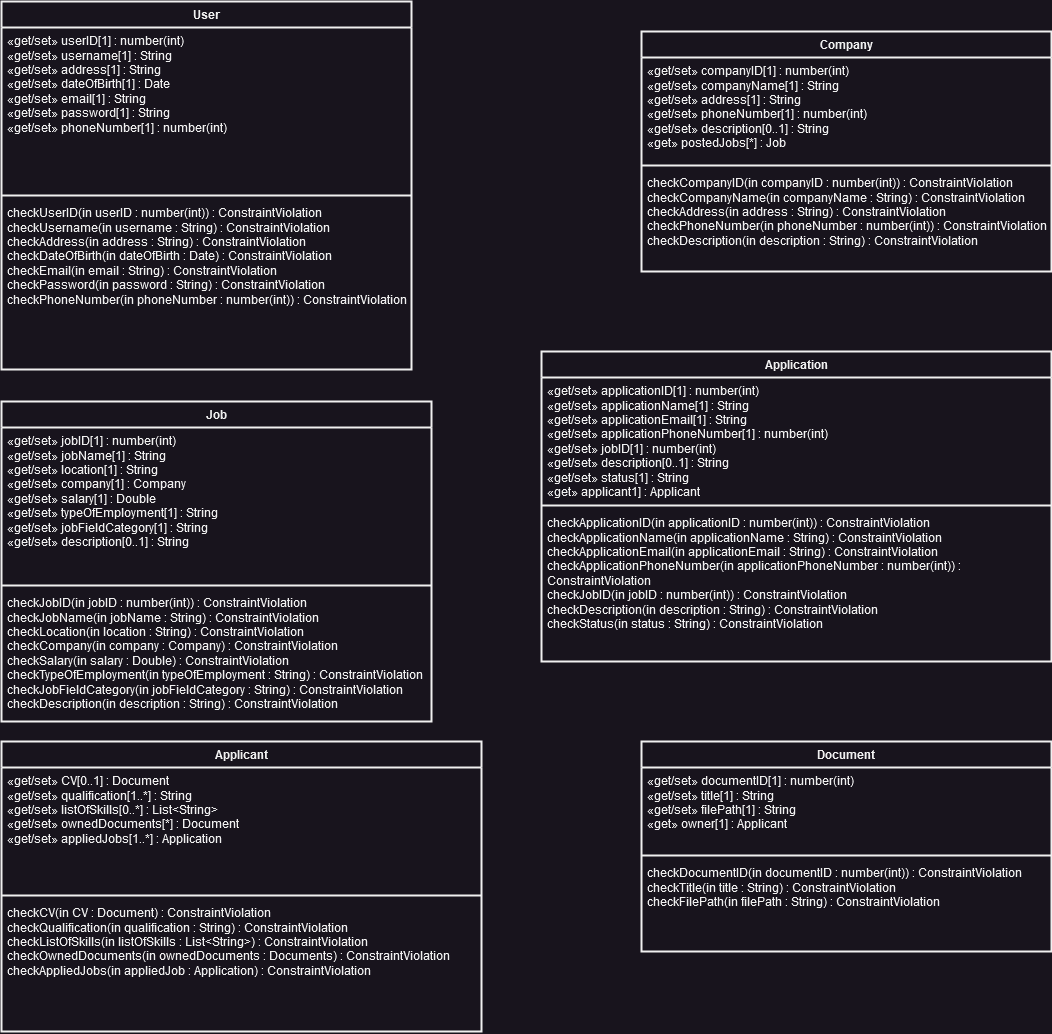
The draw.io diagram uml/information_design_model.png in troppdus/MyWorstJobApp, before a commit. Source tidied: cells renumbered, new cells last; positions are measured from the earlier drawing's top-left corner, leaving out a move shared by most shapes. Its diagram source:
```xml
<mxGraphModel>
  <root>
    <mxCell id="0" />
    <mxCell id="1" parent="0" />
    <mxCell id="2" value="User" style="swimlane;fontStyle=1;align=center;verticalAlign=top;horizontal=1;startSize=26;whiteSpace=wrap;html=1;strokeWidth=2;" parent="1" vertex="1">
      <mxGeometry width="410" height="368" as="geometry" />
    </mxCell>
    <mxCell id="3" value="«get/set» userID[1] : number(int)&lt;br&gt;«get/set» username[1] : String&lt;br&gt;«get/set» address[1] : String&lt;br&gt;«get/set» dateOfBirth[1] : Date&lt;br&gt;«get/set» email[1] : String&lt;br&gt;«get/set» password[1] : String&lt;br&gt;«get/set» phoneNumber[1] : number(int)&lt;br&gt;" style="text;strokeColor=none;fillColor=none;align=left;verticalAlign=top;spacingLeft=4;spacingRight=4;overflow=hidden;spacing=2;spacingTop=0;whiteSpace=wrap;html=1;" parent="2" vertex="1">
      <mxGeometry y="26" width="410" height="164" as="geometry" />
    </mxCell>
    <mxCell id="4" style="line;strokeWidth=2;fillColor=none;align=left;verticalAlign=middle;spacingTop=-1;spacingLeft=3;spacingRight=3;labelPosition=right;strokeColor=inherit;" parent="2" vertex="1">
      <mxGeometry y="190" width="410" height="8" as="geometry" />
    </mxCell>
    <mxCell id="5" value="checkUserID(in userID : number(int)) : ConstraintViolation&lt;br&gt;checkUsername(in username : String) : ConstraintViolation&lt;br&gt;checkAddress(in address : String) : ConstraintViolation&lt;br&gt;checkDateOfBirth(in dateOfBirth : Date) : ConstraintViolation&lt;br&gt;checkEmail(in email : String) : ConstraintViolation&lt;br&gt;checkPassword(in password : String) : ConstraintViolation&lt;br&gt;checkPhoneNumber(in phoneNumber : number(int)) : ConstraintViolation&lt;br&gt;" style="text;strokeColor=none;fillColor=none;align=left;verticalAlign=top;spacingLeft=4;spacingRight=4;overflow=hidden;spacing=2;spacingTop=0;whiteSpace=wrap;html=1;" parent="2" vertex="1">
      <mxGeometry y="198" width="410" height="170" as="geometry" />
    </mxCell>
    <mxCell id="6" value="Company" style="swimlane;fontStyle=1;align=center;verticalAlign=top;horizontal=1;startSize=26;whiteSpace=wrap;html=1;strokeWidth=2;" parent="1" vertex="1">
      <mxGeometry x="640" y="30" width="410" height="240" as="geometry" />
    </mxCell>
    <mxCell id="7" value="«get/set» companyID[1] : number(int)&lt;br&gt;«get/set» companyName[1] : String&lt;br&gt;«get/set» address[1] : String&lt;br&gt;«get/set» phoneNumber[1] : number(int)&lt;br&gt;&lt;div&gt;«get/set» description[0..1] : String&lt;/div&gt;&lt;div&gt;«get» postedJobs[*] : Job&lt;/div&gt;" style="text;strokeColor=none;fillColor=none;align=left;verticalAlign=top;spacingLeft=4;spacingRight=4;overflow=hidden;spacing=2;spacingTop=0;whiteSpace=wrap;html=1;" parent="6" vertex="1">
      <mxGeometry y="26" width="410" height="104" as="geometry" />
    </mxCell>
    <mxCell id="8" style="line;strokeWidth=2;fillColor=none;align=left;verticalAlign=middle;spacingTop=-1;spacingLeft=3;spacingRight=3;labelPosition=right;strokeColor=inherit;" parent="6" vertex="1">
      <mxGeometry y="130" width="410" height="8" as="geometry" />
    </mxCell>
    <mxCell id="9" value="checkCompanyID(in companyID : number(int)) : ConstraintViolation&lt;br/&gt;checkCompanyName(in companyName : String) : ConstraintViolation&lt;br/&gt;checkAddress(in address : String) : ConstraintViolation&lt;br/&gt;checkPhoneNumber(in phoneNumber : number(int)) : ConstraintViolation&lt;br/&gt;checkDescription(in description : String) : ConstraintViolation" style="text;strokeColor=none;fillColor=none;align=left;verticalAlign=top;spacingLeft=4;spacingRight=4;overflow=hidden;spacing=2;spacingTop=0;whiteSpace=wrap;html=1;" parent="6" vertex="1">
      <mxGeometry y="138" width="410" height="102" as="geometry" />
    </mxCell>
    <mxCell id="10" value="Job" style="swimlane;fontStyle=1;align=center;verticalAlign=top;horizontal=1;startSize=26;whiteSpace=wrap;html=1;strokeWidth=2;" parent="1" vertex="1">
      <mxGeometry y="400" width="430" height="320" as="geometry" />
    </mxCell>
    <mxCell id="11" value="«get/set» jobID[1] : number(int)&lt;br&gt;«get/set» jobName[1] : String&lt;br&gt;«get/set» location[1] : String&lt;br&gt;«get/set» company[1] : Company&lt;br&gt;«get/set» salary[1] : Double&lt;br&gt;«get/set» typeOfEmployment[1] : String&lt;br&gt;«get/set» jobFieldCategory[1] : String&lt;br&gt;&lt;div&gt;«get/set» description[0..1] : String&lt;/div&gt;&lt;div&gt;&lt;br&gt;&lt;/div&gt;" style="text;strokeColor=none;fillColor=none;align=left;verticalAlign=top;spacingLeft=4;spacingRight=4;overflow=hidden;spacing=2;spacingTop=0;whiteSpace=wrap;html=1;" parent="10" vertex="1">
      <mxGeometry y="26" width="430" height="154" as="geometry" />
    </mxCell>
    <mxCell id="12" style="line;strokeWidth=2;fillColor=none;align=left;verticalAlign=middle;spacingTop=-1;spacingLeft=3;spacingRight=3;labelPosition=right;strokeColor=inherit;" parent="10" vertex="1">
      <mxGeometry y="180" width="430" height="8" as="geometry" />
    </mxCell>
    <mxCell id="13" value="checkJobID(in jobID : number(int)) : ConstraintViolation&lt;br/&gt;checkJobName(in jobName : String) : ConstraintViolation&lt;br/&gt;checkLocation(in location : String) : ConstraintViolation&lt;br/&gt;checkCompany(in company : Company) : ConstraintViolation&lt;br/&gt;checkSalary(in salary : Double) : ConstraintViolation&lt;br/&gt;checkTypeOfEmployment(in typeOfEmployment : String) : ConstraintViolation&lt;br/&gt;checkJobFieldCategory(in jobFieldCategory : String) : ConstraintViolation&lt;br/&gt;checkDescription(in description : String) : ConstraintViolation" style="text;strokeColor=none;fillColor=none;align=left;verticalAlign=top;spacingLeft=4;spacingRight=4;overflow=hidden;spacing=2;spacingTop=0;whiteSpace=wrap;html=1;" parent="10" vertex="1">
      <mxGeometry y="188" width="430" height="132" as="geometry" />
    </mxCell>
    <mxCell id="14" value="Application" style="swimlane;fontStyle=1;align=center;verticalAlign=top;horizontal=1;startSize=26;whiteSpace=wrap;html=1;strokeWidth=2;" parent="1" vertex="1">
      <mxGeometry x="540" y="350" width="510" height="310" as="geometry" />
    </mxCell>
    <mxCell id="15" value="«get/set» applicationID[1] : number(int)&lt;br&gt;«get/set» applicationName[1] : String&lt;br&gt;«get/set» applicationEmail[1] : String&lt;br&gt;«get/set» applicationPhoneNumber[1] : number(int)&lt;br&gt;«get/set» jobID[1] : number(int)&lt;br&gt;«get/set» description[0..1] : String&lt;br&gt;&lt;div&gt;«get/set» status[1] : String&lt;/div&gt;&lt;div&gt;«get» applicant1] : Applicant&lt;/div&gt;" style="text;strokeColor=none;fillColor=none;align=left;verticalAlign=top;spacingLeft=4;spacingRight=4;overflow=hidden;spacing=2;spacingTop=0;whiteSpace=wrap;html=1;" parent="14" vertex="1">
      <mxGeometry y="26" width="510" height="124" as="geometry" />
    </mxCell>
    <mxCell id="16" style="line;strokeWidth=2;fillColor=none;align=left;verticalAlign=middle;spacingTop=-1;spacingLeft=3;spacingRight=3;labelPosition=right;strokeColor=inherit;" parent="14" vertex="1">
      <mxGeometry y="150" width="510" height="8" as="geometry" />
    </mxCell>
    <mxCell id="17" value="checkApplicationID(in applicationID : number(int)) : ConstraintViolation&lt;br&gt;checkApplicationName(in applicationName : String) : ConstraintViolation&lt;br&gt;checkApplicationEmail(in applicationEmail : String) : ConstraintViolation&lt;br&gt;checkApplicationPhoneNumber(in applicationPhoneNumber : number(int)) : ConstraintViolation&lt;br&gt;checkJobID(in jobID : number(int)) : ConstraintViolation&lt;br&gt;checkDescription(in description : String) : ConstraintViolation&lt;br&gt;checkStatus(in status : String) : ConstraintViolation" style="text;strokeColor=none;fillColor=none;align=left;verticalAlign=top;spacingLeft=4;spacingRight=4;overflow=hidden;spacing=2;spacingTop=0;whiteSpace=wrap;html=1;" parent="14" vertex="1">
      <mxGeometry y="158" width="510" height="152" as="geometry" />
    </mxCell>
    <mxCell id="18" value="Document" style="swimlane;fontStyle=1;align=center;verticalAlign=top;horizontal=1;startSize=26;whiteSpace=wrap;html=1;strokeWidth=2;" parent="1" vertex="1">
      <mxGeometry x="640" y="740" width="410" height="210" as="geometry" />
    </mxCell>
    <mxCell id="19" value="&lt;div&gt;«get/set» documentID[1] : number(int)&lt;/div&gt;&lt;div&gt;«get/set» title[1] : String&lt;/div&gt;&lt;div&gt;«get/set» filePath[1] : String&lt;/div&gt;&lt;div&gt;«get» owner[1] : Applicant&lt;br&gt;&lt;/div&gt;" style="text;strokeColor=none;fillColor=none;align=left;verticalAlign=top;spacingLeft=4;spacingRight=4;overflow=hidden;spacing=2;spacingTop=0;whiteSpace=wrap;html=1;" parent="18" vertex="1">
      <mxGeometry y="26" width="410" height="84" as="geometry" />
    </mxCell>
    <mxCell id="20" style="line;strokeWidth=2;fillColor=none;align=left;verticalAlign=middle;spacingTop=-1;spacingLeft=3;spacingRight=3;labelPosition=right;strokeColor=inherit;" parent="18" vertex="1">
      <mxGeometry y="110" width="410" height="8" as="geometry" />
    </mxCell>
    <mxCell id="21" value="&lt;div&gt;checkDocumentID(in documentID : number(int)) : ConstraintViolation&lt;/div&gt;&lt;div&gt;checkTitle(in title : String) : ConstraintViolation&lt;/div&gt;&lt;div&gt;checkFilePath(in filePath : String) : ConstraintViolation&lt;/div&gt;" style="text;strokeColor=none;fillColor=none;align=left;verticalAlign=top;spacingLeft=4;spacingRight=4;overflow=hidden;spacing=2;spacingTop=0;whiteSpace=wrap;html=1;" parent="18" vertex="1">
      <mxGeometry y="118" width="410" height="92" as="geometry" />
    </mxCell>
    <mxCell id="22" value="Applicant" style="swimlane;fontStyle=1;align=center;verticalAlign=top;horizontal=1;startSize=26;whiteSpace=wrap;html=1;strokeWidth=2;" parent="1" vertex="1">
      <mxGeometry y="740" width="480" height="290" as="geometry" />
    </mxCell>
    <mxCell id="23" value="«get/set» CV[0..1] : Document&lt;br&gt;«get/set» qualification[1..*] : String&lt;br&gt;&lt;div&gt;«get/set» listOfSkills[0..*] : List&amp;lt;String&amp;gt;&lt;/div&gt;&lt;div&gt;«get/set» ownedDocuments[*] : Document&lt;/div&gt;&lt;div&gt;«get/set» appliedJobs[1..*] : Application&lt;br&gt;&lt;/div&gt;" style="text;strokeColor=none;fillColor=none;align=left;verticalAlign=top;spacingLeft=4;spacingRight=4;overflow=hidden;spacing=2;spacingTop=0;whiteSpace=wrap;html=1;" parent="22" vertex="1">
      <mxGeometry y="26" width="480" height="124" as="geometry" />
    </mxCell>
    <mxCell id="24" style="line;strokeWidth=2;fillColor=none;align=left;verticalAlign=middle;spacingTop=-1;spacingLeft=3;spacingRight=3;labelPosition=right;strokeColor=inherit;" parent="22" vertex="1">
      <mxGeometry y="150" width="480" height="8" as="geometry" />
    </mxCell>
    <mxCell id="25" value="checkCV(in CV : Document) : ConstraintViolation&lt;br&gt;checkQualification(in qualification : String) : ConstraintViolation&lt;br&gt;&lt;div&gt;checkListOfSkills(in listOfSkills : List&amp;lt;String&amp;gt;) : ConstraintViolation&lt;/div&gt;&lt;div&gt;checkOwnedDocuments(in ownedDocuments : Documents) : ConstraintViolation&lt;/div&gt;&lt;div&gt;checkAppliedJobs(in appliedJob : Application) : ConstraintViolation&lt;br&gt;&lt;/div&gt;" style="text;strokeColor=none;fillColor=none;align=left;verticalAlign=top;spacingLeft=4;spacingRight=4;overflow=hidden;spacing=2;spacingTop=0;whiteSpace=wrap;html=1;" parent="22" vertex="1">
      <mxGeometry y="158" width="480" height="132" as="geometry" />
    </mxCell>
  </root>
</mxGraphModel>
```
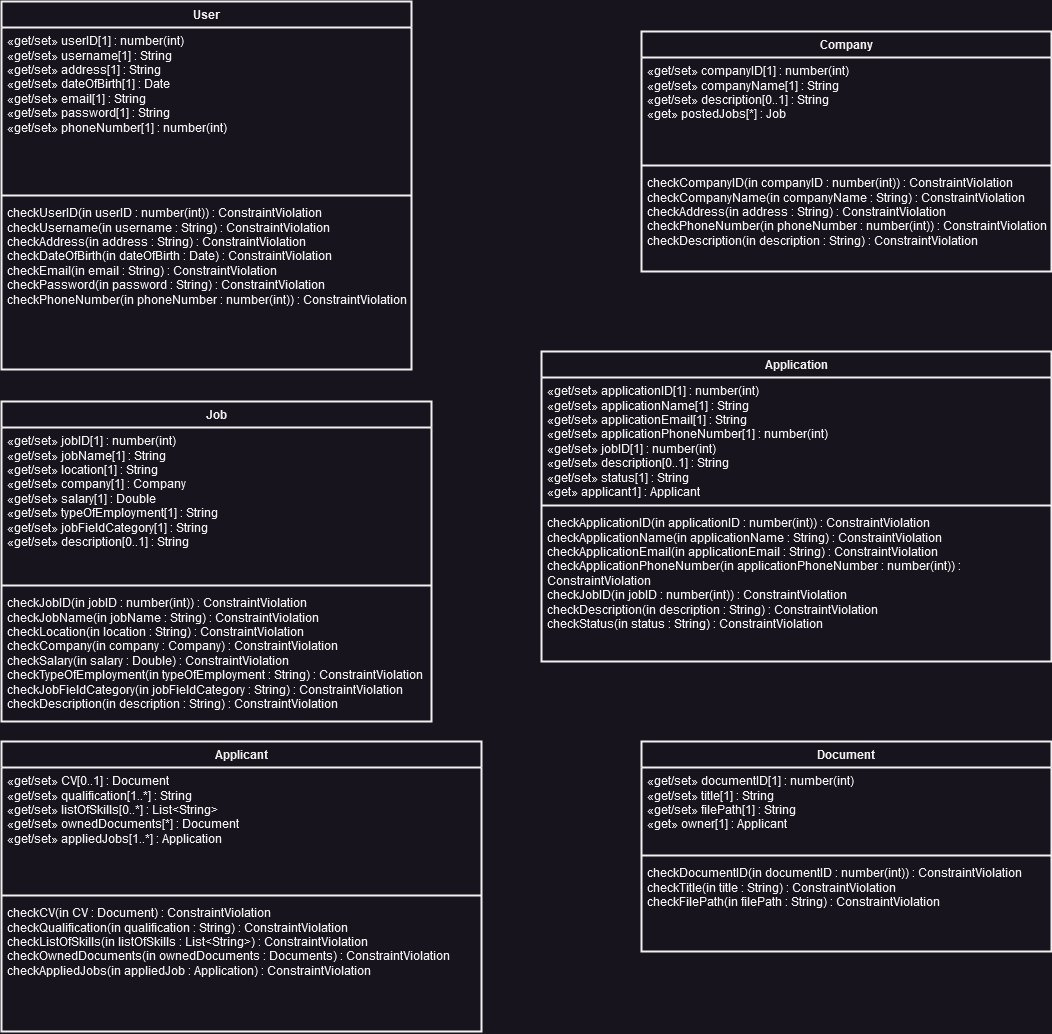
Later version of the same file.

Commit message:
Information Design Model Updated

As company is a subclass of user, removed the address and ph number in company.

The edit, as a diff of the source:
```diff
@@ -17,7 +17,7 @@
     <mxCell id="6" value="Company" style="swimlane;fontStyle=1;align=center;verticalAlign=top;horizontal=1;startSize=26;whiteSpace=wrap;html=1;strokeWidth=2;" parent="1" vertex="1">
       <mxGeometry x="640" y="30" width="410" height="240" as="geometry" />
     </mxCell>
-    <mxCell id="7" value="«get/set» companyID[1] : number(int)&lt;br&gt;«get/set» companyName[1] : String&lt;br&gt;«get/set» address[1] : String&lt;br&gt;«get/set» phoneNumber[1] : number(int)&lt;br&gt;&lt;div&gt;«get/set» description[0..1] : String&lt;/div&gt;&lt;div&gt;«get» postedJobs[*] : Job&lt;/div&gt;" style="text;strokeColor=none;fillColor=none;align=left;verticalAlign=top;spacingLeft=4;spacingRight=4;overflow=hidden;spacing=2;spacingTop=0;whiteSpace=wrap;html=1;" parent="6" vertex="1">
+    <mxCell id="7" value="«get/set» companyID[1] : number(int)&lt;br&gt;«get/set» companyName[1] : String&lt;br&gt;&lt;div&gt;«get/set» description[0..1] : String&lt;/div&gt;&lt;div&gt;«get» postedJobs[*] : Job&lt;/div&gt;" style="text;strokeColor=none;fillColor=none;align=left;verticalAlign=top;spacingLeft=4;spacingRight=4;overflow=hidden;spacing=2;spacingTop=0;whiteSpace=wrap;html=1;" parent="6" vertex="1">
       <mxGeometry y="26" width="410" height="104" as="geometry" />
     </mxCell>
     <mxCell id="8" style="line;strokeWidth=2;fillColor=none;align=left;verticalAlign=middle;spacingTop=-1;spacingLeft=3;spacingRight=3;labelPosition=right;strokeColor=inherit;" parent="6" vertex="1">
```
